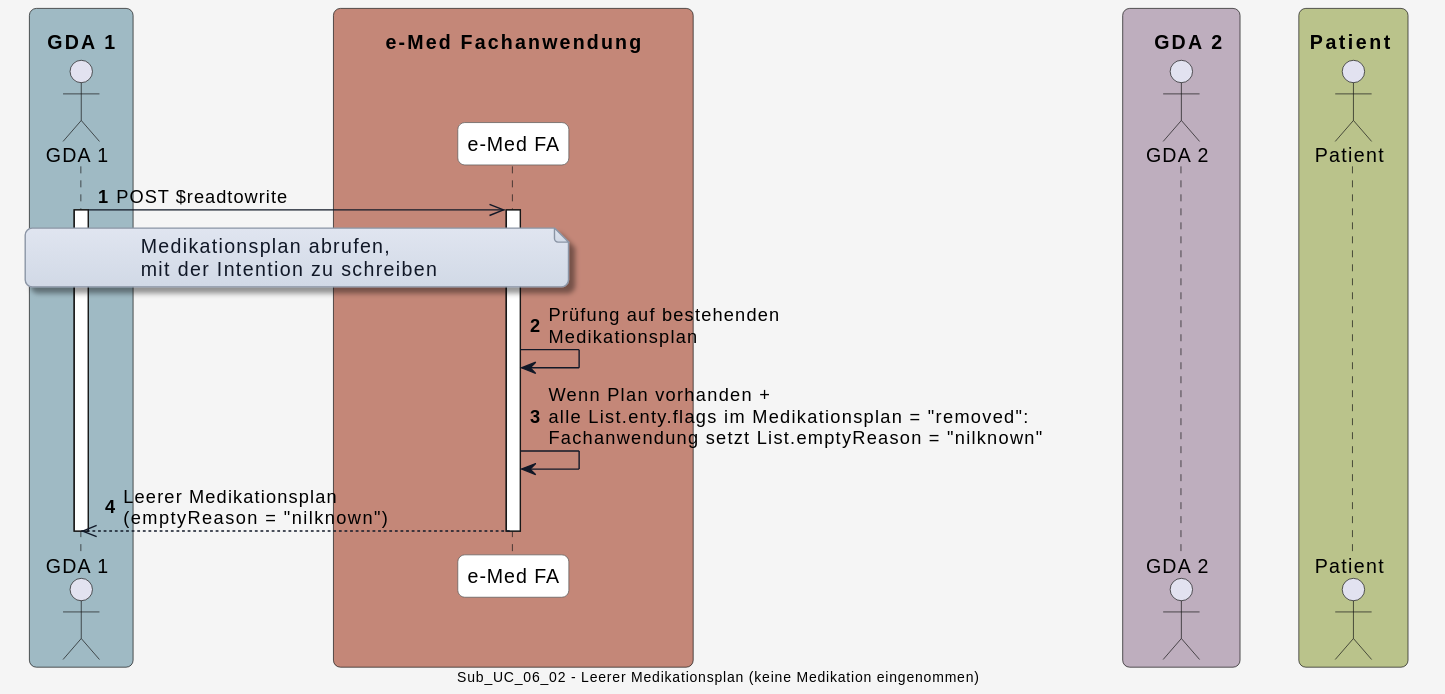
Before: input/images/plantuml/UC_06_02.svg, a diagram exported from PlantUML (HL7Austria/ELGA-e-Medikation-R4). Source of this version:
```plantuml
@startuml
skinparam borderColor #000000
skinparam backgroundColor #f5f5f5
skinparam shadowing false
skinparam roundCorner 10
skinparam defaultFontName "Arial"
skinparam defaultFontSize 14
skinparam defaultFontColor #000000

skinparam note {
  BackgroundColor #e0e5f0-#d1d9e6
  BorderColor #8b95a5
  BorderThickness 1
  RoundCorner 8
  Padding 6
  FontColor #111827
  Shadowing true
}

skinparam HyperlinkColor #0000EE
skinparam HyperlinkUnderline false

skinparam sequence {
  ParticipantBorderColor #555555
  ParticipantBackgroundColor #ffffff
  ParticipantFontColor #000000
  ParticipantFontSize 14
  ParticipantPadding 20
  ArrowColor #111827
  ArrowThickness 1
  ArrowFontColor #000000
  ArrowFontSize 13
  GroupBorderColor #111827
  GroupBackgroundColor #eef2ff
  GroupBorderThickness 2
}

skinparam BoxPadding 20
skinparam BoxBorderColor #555555

box "\n  GDA 1  " #9fbac4
  actor GDA_1 as "GDA 1"
end box

box "\n       e-Med Fachanwendung       " #C48778
  participant eMed_FA as "e-Med FA"
end box

box "\n    GDA 2  " #beaebe
  actor GDA_2 as "GDA 2"
end box

box "\n Patient  " #bac38b
  actor Patient as "Patient"
end box


autonumber

GDA_1 ->> eMed_FA: POST $readtowrite
activate GDA_1

note over GDA_1, eMed_FA
Medikationsplan abrufen,
mit der Intention zu schreiben
end note

activate eMed_FA
eMed_FA -> eMed_FA: Prüfung auf bestehenden\nMedikationsplan

eMed_FA -> eMed_FA: Wenn Plan vorhanden +\nalle List.enty.flags im Medikationsplan = "removed":\nFachanwendung setzt List.emptyReason = "nilknown"

eMed_FA -->> GDA_1: Leerer Medikationsplan\n(emptyReason = "nilknown")

deactivate eMed_FA
deactivate GDA_1

center footer Sub_UC_06_02 - Leerer Medikationsplan (keine Medikation eingenommen)
@enduml
```
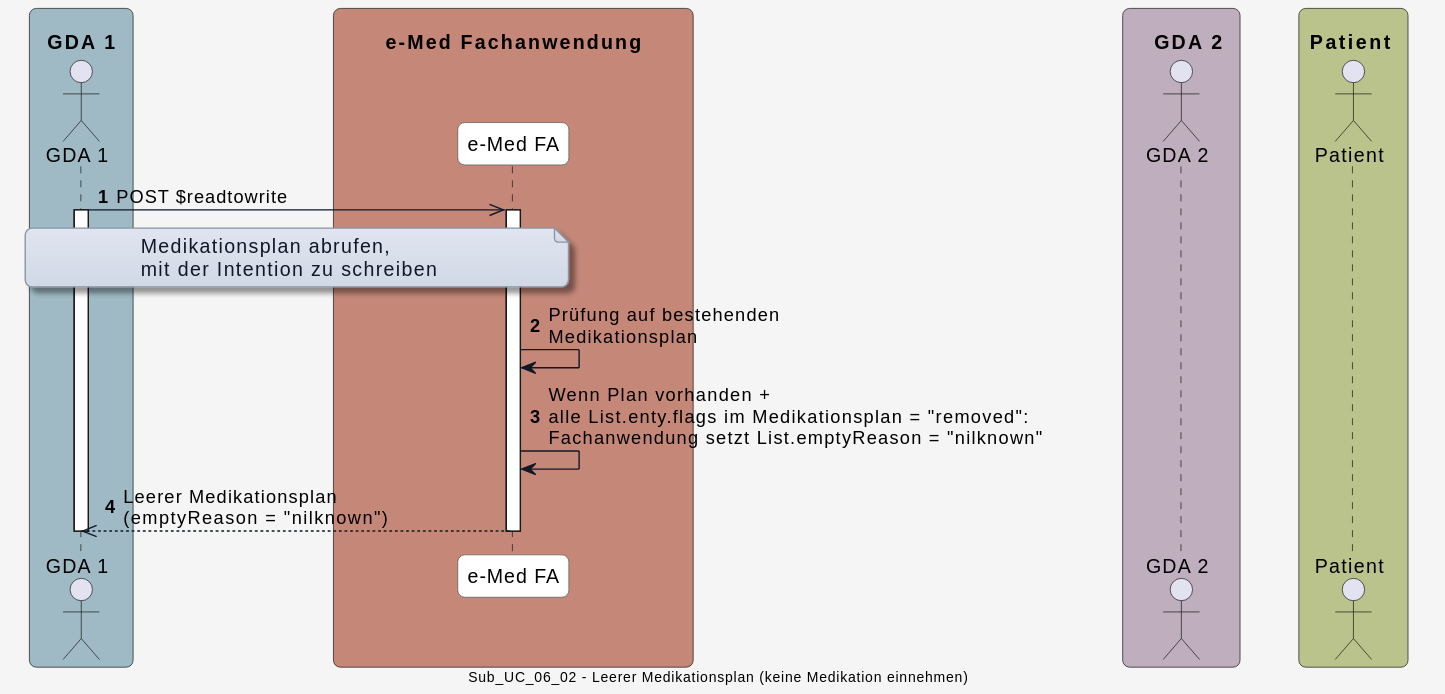
The same file after the commit.

Diff of the diagram source:
```diff
@@ -75,5 +75,5 @@
 deactivate eMed_FA
 deactivate GDA_1
 
-center footer Sub_UC_06_02 - Leerer Medikationsplan (keine Medikation eingenommen)
+center footer Sub_UC_06_02 - Leerer Medikationsplan (keine Medikation einnehmen)
 @enduml
```
